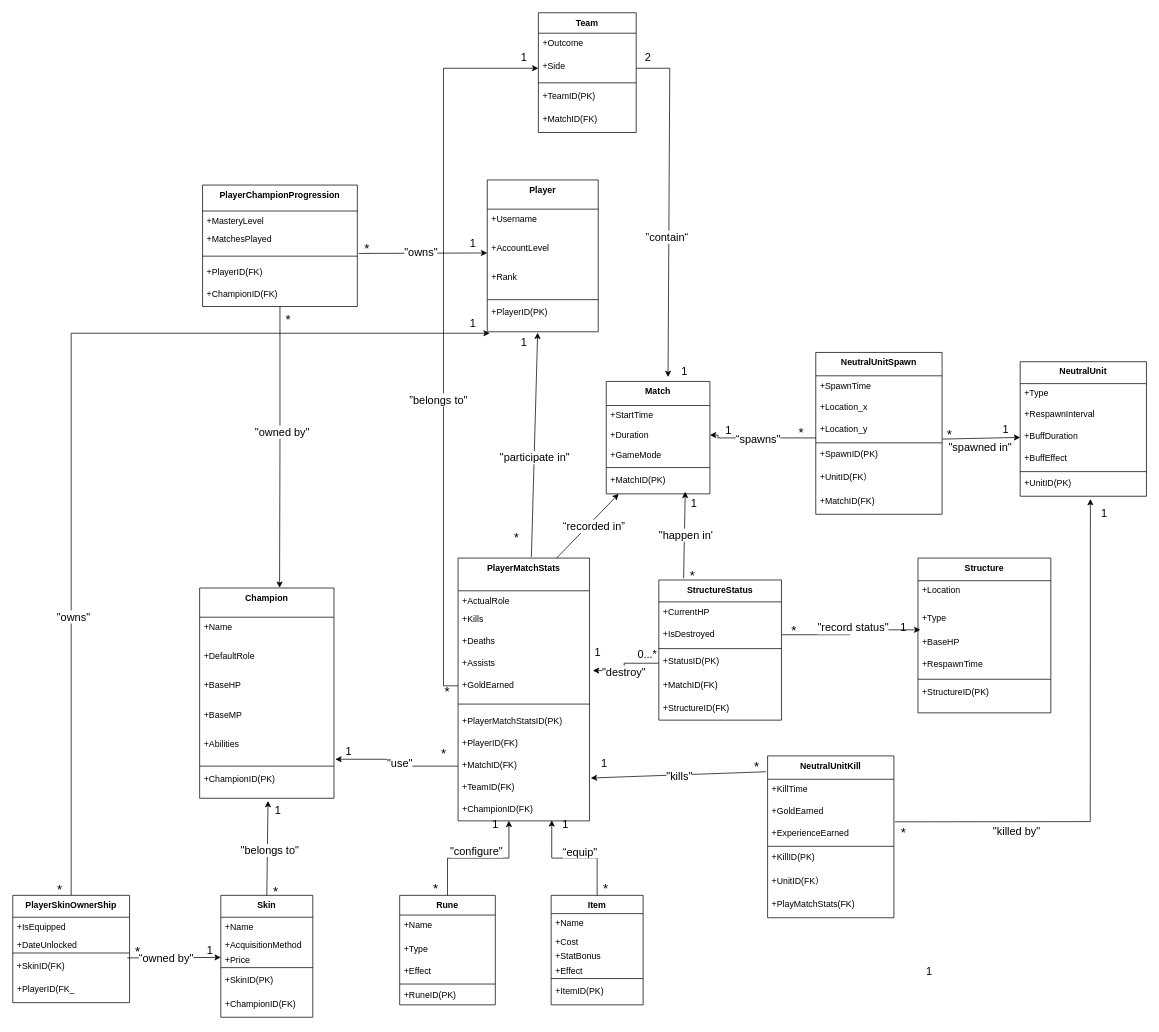
Above: 测试1.drawio in mushroomAAA/draw.io (draw.io), before the change. Source tidied: cells renumbered, new cells numbered last; positions are measured from the earlier drawing's top-left corner, leaving out a move shared by most shapes. Both pictures are drawn from the tidied source at 73%, with x=0, y=0 at pixel (12, 12).
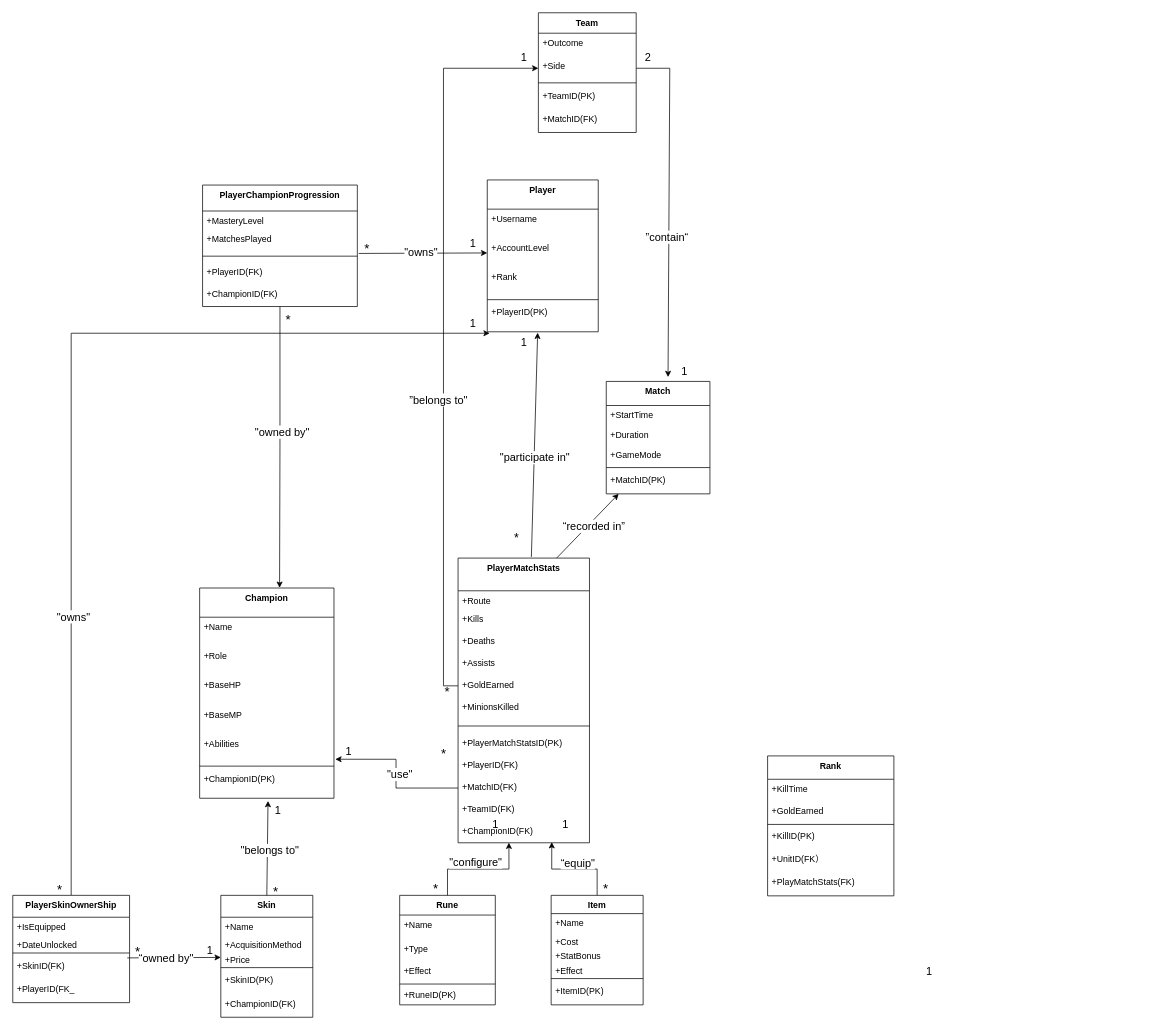
The same diagram, later.

The change refers to these unchanged cells:
```xml
<mxCell id="28" value="Champion" style="swimlane;fontStyle=1;align=center;verticalAlign=top;horizontal=1;startSize=40;" parent="1" vertex="1">
  <mxGeometry x="256" y="788" width="184" height="288" as="geometry" />
</mxCell>
<mxCell id="38" value="+Duration" style="text;strokeColor=none;fillColor=none;align=left;verticalAlign=top;spacingLeft=4;spacingRight=4;overflow=hidden;points=[[0,0.5],[1,0.5]];portConstraint=eastwest;" parent="36" vertex="1">
  <mxGeometry y="60" width="142" height="27" as="geometry" />
</mxCell>
<mxCell id="41" value="+MatchID(PK)" style="text;strokeColor=none;fillColor=none;align=left;verticalAlign=top;spacingLeft=4;spacingRight=4;overflow=hidden;points=[[0,0.5],[1,0.5]];portConstraint=eastwest;" parent="36" vertex="1">
  <mxGeometry y="122" width="142" height="32" as="geometry" />
</mxCell>
<mxCell id="66" value="+GoldEarned" style="text;strokeColor=none;fillColor=none;align=left;verticalAlign=top;spacingLeft=4;spacingRight=4;overflow=hidden;points=[[0,0.5],[1,0.5]];portConstraint=eastwest;" parent="61" vertex="1">
  <mxGeometry y="160" width="180" height="30" as="geometry" />
</mxCell>
<mxCell id="135" value="+KillTime" style="text;strokeColor=none;fillColor=none;align=left;verticalAlign=top;spacingLeft=4;spacingRight=4;overflow=hidden;points=[[0,0.5],[1,0.5]];portConstraint=eastwest;" parent="134" vertex="1">
  <mxGeometry y="32" width="173" height="30" as="geometry" />
</mxCell>
```

What changed in the source:
```diff
@@
-    <mxCell id="2" value="Structure" style="swimlane;fontStyle=1;align=center;verticalAlign=top;horizontal=1;startSize=31;" parent="1" vertex="1">
-      <mxGeometry x="1240" y="747" width="182" height="212" as="geometry" />
-    </mxCell>
-    <mxCell id="3" value="+Location" style="text;strokeColor=none;fillColor=none;align=left;verticalAlign=top;spacingLeft=4;spacingRight=4;overflow=hidden;" parent="2" vertex="1">
-      <mxGeometry y="31" width="182" height="38" as="geometry" />
-    </mxCell>
-    <mxCell id="4" value="+Type" style="text;strokeColor=none;fillColor=none;align=left;verticalAlign=top;spacingLeft=4;spacingRight=4;overflow=hidden;" parent="2" vertex="1">
-      <mxGeometry y="69" width="182" height="33" as="geometry" />
-    </mxCell>
-    <mxCell id="5" value="+BaseHP" style="text;strokeColor=none;fillColor=none;align=left;verticalAlign=top;spacingLeft=4;spacingRight=4;overflow=hidden;points=[[0,0.5],[1,0.5]];portConstraint=eastwest;" parent="2" vertex="1">
-      <mxGeometry y="102" width="182" height="30" as="geometry" />
-    </mxCell>
-    <mxCell id="6" value="+RespawnTime" style="text;strokeColor=none;fillColor=none;align=left;verticalAlign=top;spacingLeft=4;spacingRight=4;overflow=hidden;" parent="2" vertex="1">
-      <mxGeometry y="132" width="182" height="30" as="geometry" />
-    </mxCell>
-    <mxCell id="7" style="line;strokeWidth=1;fillColor=none;align=left;verticalAlign=middle;spacingTop=-1;spacingLeft=3;spacingRight=3;labelPosition=right;strokeColor=inherit;" parent="2" vertex="1">
-      <mxGeometry y="162" width="182" height="8" as="geometry" />
-    </mxCell>
-    <mxCell id="8" value="+StructureID(PK)" style="text;strokeColor=none;fillColor=none;align=left;verticalAlign=top;spacingLeft=4;spacingRight=4;overflow=hidden;" parent="2" vertex="1">
-      <mxGeometry y="170" width="182" height="42" as="geometry" />
-    </mxCell>
-    <mxCell id="9" value="NeutralUnit" style="swimlane;fontStyle=1;align=center;verticalAlign=top;horizontal=1;startSize=30;" parent="1" vertex="1">
-      <mxGeometry x="1380" y="478" width="173" height="184.3" as="geometry" />
-    </mxCell>
-    <mxCell id="10" value="+Type" style="text;strokeColor=none;fillColor=none;align=left;verticalAlign=top;spacingLeft=4;spacingRight=4;overflow=hidden;" parent="9" vertex="1">
-      <mxGeometry y="30" width="173" height="28.7" as="geometry" />
-    </mxCell>
-    <mxCell id="11" value="+RespawnInterval" style="text;strokeColor=none;fillColor=none;align=left;verticalAlign=top;spacingLeft=4;spacingRight=4;overflow=hidden;" parent="9" vertex="1">
-      <mxGeometry y="58.7" width="173" height="30" as="geometry" />
-    </mxCell>
-    <mxCell id="12" value="+BuffDuration" style="text;strokeColor=none;fillColor=none;align=left;verticalAlign=top;spacingLeft=4;spacingRight=4;overflow=hidden;points=[[0,0.5],[1,0.5]];portConstraint=eastwest;" parent="9" vertex="1">
-      <mxGeometry y="88.7" width="173" height="30" as="geometry" />
-    </mxCell>
-    <mxCell id="13" value="+BuffEffect" style="text;strokeColor=none;fillColor=none;align=left;verticalAlign=top;spacingLeft=4;spacingRight=4;overflow=hidden;" parent="9" vertex="1">
-      <mxGeometry y="118.7" width="173" height="30" as="geometry" />
-    </mxCell>
-    <mxCell id="14" style="line;strokeWidth=1;fillColor=none;align=left;verticalAlign=middle;spacingTop=-1;spacingLeft=3;spacingRight=3;labelPosition=right;strokeColor=inherit;" parent="9" vertex="1">
-      <mxGeometry y="148.7" width="173" height="3.7" as="geometry" />
-    </mxCell>
-    <mxCell id="15" value="+UnitID(PK)" style="text;strokeColor=none;fillColor=none;align=left;verticalAlign=top;spacingLeft=4;spacingRight=4;overflow=hidden;points=[[0,0.5],[1,0.5]];portConstraint=eastwest;" parent="9" vertex="1">
-      <mxGeometry y="152.3" width="173" height="32" as="geometry" />
-    </mxCell>
@@
-    <mxCell id="30" value="+DefaultRole" style="text;strokeColor=none;fillColor=none;align=left;verticalAlign=top;spacingLeft=4;spacingRight=4;overflow=hidden;" parent="28" vertex="1">
+    <mxCell id="30" value="+Role" style="text;strokeColor=none;fillColor=none;align=left;verticalAlign=top;spacingLeft=4;spacingRight=4;overflow=hidden;" parent="28" vertex="1">
       <mxGeometry y="80" width="184" height="40" as="geometry" />
     </mxCell>
@@
     <mxCell id="61" value="PlayerMatchStats" style="swimlane;fontStyle=1;align=center;verticalAlign=top;horizontal=1;startSize=44.8;" parent="1" vertex="1">
-      <mxGeometry x="610" y="747" width="180" height="360" as="geometry" />
+      <mxGeometry x="610" y="747" width="180" height="390" as="geometry" />
     </mxCell>
-    <mxCell id="62" value="+ActualRole" style="text;strokeColor=none;fillColor=none;align=left;verticalAlign=top;spacingLeft=4;spacingRight=4;overflow=hidden;" parent="61" vertex="1">
+    <mxCell id="62" value="+Route" style="text;strokeColor=none;fillColor=none;align=left;verticalAlign=top;spacingLeft=4;spacingRight=4;overflow=hidden;" parent="61" vertex="1">
       <mxGeometry y="44.8" width="180" height="25.2" as="geometry" />
     </mxCell>
@@
+    <mxCell id="183" value="+MinionsKilled" style="text;strokeColor=none;fillColor=none;align=left;verticalAlign=top;spacingLeft=4;spacingRight=4;overflow=hidden;" parent="61" vertex="1">
+      <mxGeometry y="190" width="180" height="30" as="geometry" />
+    </mxCell>
     <mxCell id="67" style="line;strokeWidth=1;fillColor=none;align=left;verticalAlign=middle;spacingTop=-1;spacingLeft=3;spacingRight=3;labelPosition=right;strokeColor=inherit;" parent="61" vertex="1">
-      <mxGeometry y="190" width="180" height="20" as="geometry" />
+      <mxGeometry y="220" width="180" height="20" as="geometry" />
     </mxCell>
     <mxCell id="68" value="+PlayerMatchStatsID(PK)" style="text;strokeColor=none;fillColor=none;align=left;verticalAlign=top;spacingLeft=4;spacingRight=4;overflow=hidden;" parent="61" vertex="1">
-      <mxGeometry y="210" width="180" height="30" as="geometry" />
+      <mxGeometry y="240" width="180" height="30" as="geometry" />
     </mxCell>
     <mxCell id="69" value="+PlayerID(FK)" style="text;strokeColor=none;fillColor=none;align=left;verticalAlign=top;spacingLeft=4;spacingRight=4;overflow=hidden;" parent="61" vertex="1">
-      <mxGeometry y="240" width="180" height="30" as="geometry" />
+      <mxGeometry y="270" width="180" height="30" as="geometry" />
     </mxCell>
     <mxCell id="70" value="+MatchID(FK)" style="text;strokeColor=none;fillColor=none;align=left;verticalAlign=top;spacingLeft=4;spacingRight=4;overflow=hidden;points=[[0,0.5],[1,0.5]];portConstraint=eastwest;" parent="61" vertex="1">
-      <mxGeometry y="270" width="180" height="30" as="geometry" />
+      <mxGeometry y="300" width="180" height="30" as="geometry" />
     </mxCell>
     <mxCell id="71" value="+TeamID(FK)" style="text;strokeColor=none;fillColor=none;align=left;verticalAlign=top;spacingLeft=4;spacingRight=4;overflow=hidden;points=[[0,0.5],[1,0.5]];portConstraint=eastwest;" parent="61" vertex="1">
-      <mxGeometry y="300" width="180" height="30" as="geometry" />
+      <mxGeometry y="330" width="180" height="30" as="geometry" />
     </mxCell>
     <mxCell id="72" value="+ChampionID(FK)" style="text;strokeColor=none;fillColor=none;align=left;verticalAlign=top;spacingLeft=4;spacingRight=4;overflow=hidden;points=[[0,0.5],[1,0.5]];portConstraint=eastwest;" parent="61" vertex="1">
-      <mxGeometry y="330" width="180" height="30" as="geometry" />
+      <mxGeometry y="360" width="180" height="30" as="geometry" />
     </mxCell>
@@
-    <mxCell id="77" value="StructureStatus" style="swimlane;fontStyle=1;align=center;verticalAlign=top;horizontal=1;startSize=30;" parent="1" vertex="1">
-      <mxGeometry x="885" y="777" width="168" height="192" as="geometry" />
-    </mxCell>
-    <mxCell id="78" value="+CurrentHP" style="text;strokeColor=none;fillColor=none;align=left;verticalAlign=top;spacingLeft=4;spacingRight=4;overflow=hidden;" parent="77" vertex="1">
-      <mxGeometry y="30" width="168" height="30" as="geometry" />
-    </mxCell>
-    <mxCell id="79" value="+IsDestroyed" style="text;strokeColor=none;fillColor=none;align=left;verticalAlign=top;spacingLeft=4;spacingRight=4;overflow=hidden;points=[[0,0.5],[1,0.5]];portConstraint=eastwest;" parent="77" vertex="1">
-      <mxGeometry y="60" width="168" height="30" as="geometry" />
-    </mxCell>
-    <mxCell id="80" style="line;strokeWidth=1;fillColor=none;align=left;verticalAlign=middle;spacingTop=-1;spacingLeft=3;spacingRight=3;labelPosition=right;strokeColor=inherit;" parent="77" vertex="1">
-      <mxGeometry y="90" width="168" height="8" as="geometry" />
-    </mxCell>
-    <mxCell id="81" value="+StatusID(PK)" style="text;strokeColor=none;fillColor=none;align=left;verticalAlign=top;spacingLeft=4;spacingRight=4;overflow=hidden;points=[[0,0.5],[1,0.5]];portConstraint=eastwest;" parent="77" vertex="1">
-      <mxGeometry y="98" width="168" height="32" as="geometry" />
-    </mxCell>
-    <mxCell id="82" value="+MatchID(FK)" style="text;strokeColor=none;fillColor=none;align=left;verticalAlign=top;spacingLeft=4;spacingRight=4;overflow=hidden;" parent="77" vertex="1">
-      <mxGeometry y="130" width="168" height="32" as="geometry" />
-    </mxCell>
-    <mxCell id="83" value="+StructureID(FK)" style="text;strokeColor=none;fillColor=none;align=left;verticalAlign=top;spacingLeft=4;spacingRight=4;overflow=hidden;" parent="77" vertex="1">
-      <mxGeometry y="162" width="168" height="30" as="geometry" />
-    </mxCell>
@@
-    <mxCell id="114" style="edgeStyle=orthogonalEdgeStyle;rounded=0;jettySize=auto;html=1;exitX=1;exitY=0.5;exitDx=0;exitDy=0;entryX=0.018;entryY=-0.124;entryDx=0;entryDy=0;entryPerimeter=0;" parent="1" edge="1" source="79" target="5">
-      <mxGeometry relative="1" as="geometry" />
-    </mxCell>
-    <mxCell id="115" value="&quot;record status&quot;" style="edgeLabel;html=1;align=center;verticalAlign=middle;fontSize=15;" parent="114" vertex="1">
-      <mxGeometry x="0.07" y="4" relative="1" as="geometry">
-        <mxPoint x="-1" as="offset" />
-      </mxGeometry>
-    </mxCell>
-    <mxCell id="116" value="1" style="text;html=1;align=center;verticalAlign=middle;strokeColor=none;fillColor=none;fontSize=15;" parent="1" vertex="1">
-      <mxGeometry x="1205" y="826" width="30" height="30" as="geometry" />
-    </mxCell>
-    <mxCell id="117" value="*" style="text;html=1;align=center;verticalAlign=middle;strokeColor=none;fillColor=none;fontSize=18;" parent="1" vertex="1">
-      <mxGeometry x="1055" y="827" width="30" height="40" as="geometry" />
-    </mxCell>
-    <mxCell id="118" style="endArrow=classic;html=1;rounded=0;entryX=0.762;entryY=0.911;entryDx=0;entryDy=0;entryPerimeter=0;exitX=0.202;exitY=-0.012;exitDx=0;exitDy=0;exitPerimeter=0;" parent="1" edge="1" source="77" target="41">
-      <mxGeometry relative="1" as="geometry" />
-    </mxCell>
-    <mxCell id="119" value="&quot;happen in'" style="edgeLabel;html=1;align=center;verticalAlign=middle;fontSize=15;" parent="118" vertex="1">
-      <mxGeometry x="0.01" y="-1" relative="1" as="geometry" />
-    </mxCell>
-    <mxCell id="120" value="1" style="text;html=1;align=center;verticalAlign=middle;strokeColor=none;fillColor=none;fontSize=15;" parent="1" vertex="1">
-      <mxGeometry x="918" y="657" width="30" height="30" as="geometry" />
-    </mxCell>
-    <mxCell id="121" value="*" style="text;html=1;align=center;verticalAlign=middle;strokeColor=none;fillColor=none;fontSize=18;" parent="1" vertex="1">
-      <mxGeometry x="916" y="751" width="30" height="40" as="geometry" />
-    </mxCell>
-    <mxCell id="122" style="edgeStyle=orthogonalEdgeStyle;rounded=0;jettySize=auto;html=1;entryX=1.026;entryY=-0.195;entryDx=0;entryDy=0;entryPerimeter=0;" parent="1" edge="1" source="81" target="66">
-      <mxGeometry relative="1" as="geometry" />
-    </mxCell>
-    <mxCell id="123" value="&quot;destroy&quot;" style="edgeLabel;html=1;align=center;verticalAlign=middle;fontSize=15;" parent="122" vertex="1">
-      <mxGeometry x="-0.06" y="2" relative="1" as="geometry">
-        <mxPoint x="-2" y="9" as="offset" />
-      </mxGeometry>
-    </mxCell>
-    <mxCell id="124" value="1" style="text;html=1;align=center;verticalAlign=middle;strokeColor=none;fillColor=none;fontSize=15;" parent="1" vertex="1">
-      <mxGeometry x="786" y="860" width="30" height="30" as="geometry" />
-    </mxCell>
-    <mxCell id="125" value="0...*" style="text;html=1;align=center;verticalAlign=middle;strokeColor=none;fillColor=none;fontSize=15;" parent="1" vertex="1">
-      <mxGeometry x="844" y="864" width="50" height="30" as="geometry" />
-    </mxCell>
-    <mxCell id="126" value="NeutralUnitSpawn" style="swimlane;fontStyle=1;align=center;verticalAlign=top;horizontal=1;startSize=32;" parent="1" vertex="1">
-      <mxGeometry x="1100" y="465.3" width="173" height="221.7" as="geometry" />
-    </mxCell>
-    <mxCell id="127" value="+SpawnTime" style="text;strokeColor=none;fillColor=none;align=left;verticalAlign=top;spacingLeft=4;spacingRight=4;overflow=hidden;" parent="126" vertex="1">
-      <mxGeometry y="32" width="173" height="30" as="geometry" />
-    </mxCell>
-    <mxCell id="128" value="+Location_x" style="text;strokeColor=none;fillColor=none;align=left;verticalAlign=top;spacingLeft=4;spacingRight=4;overflow=hidden;" parent="126" vertex="1">
-      <mxGeometry y="62" width="173" height="30" as="geometry" />
-    </mxCell>
-    <mxCell id="129" value="+Location_y" style="text;strokeColor=none;fillColor=none;align=left;verticalAlign=top;spacingLeft=4;spacingRight=4;overflow=hidden;" parent="126" vertex="1">
-      <mxGeometry y="92" width="173" height="30" as="geometry" />
-    </mxCell>
-    <mxCell id="130" style="line;strokeWidth=1;fillColor=none;align=left;verticalAlign=middle;spacingTop=-1;spacingLeft=3;spacingRight=3;labelPosition=right;strokeColor=inherit;" parent="126" vertex="1">
-      <mxGeometry y="122" width="173" height="3.7" as="geometry" />
-    </mxCell>
-    <mxCell id="131" value="+SpawnID(PK)" style="text;strokeColor=none;fillColor=none;align=left;verticalAlign=top;spacingLeft=4;spacingRight=4;overflow=hidden;points=[[0,0.5],[1,0.5]];portConstraint=eastwest;" parent="126" vertex="1">
-      <mxGeometry y="125.7" width="173" height="32" as="geometry" />
-    </mxCell>
-    <mxCell id="132" value="+UnitID(FK）" style="text;strokeColor=none;fillColor=none;align=left;verticalAlign=top;spacingLeft=4;spacingRight=4;overflow=hidden;" parent="126" vertex="1">
-      <mxGeometry y="157.7" width="173" height="32" as="geometry" />
-    </mxCell>
-    <mxCell id="133" value="+MatchID(FK)" style="text;strokeColor=none;fillColor=none;align=left;verticalAlign=top;spacingLeft=4;spacingRight=4;overflow=hidden;" parent="126" vertex="1">
-      <mxGeometry y="189.7" width="173" height="32" as="geometry" />
-    </mxCell>
-    <mxCell id="134" value="NeutralUnitKill" style="swimlane;fontStyle=1;align=center;verticalAlign=top;horizontal=1;startSize=32;" parent="1" vertex="1">
-      <mxGeometry x="1034" y="1018" width="173" height="221.7" as="geometry" />
+    <mxCell id="134" value="Rank" style="swimlane;fontStyle=1;align=center;verticalAlign=top;horizontal=1;startSize=32;" parent="1" vertex="1">
+      <mxGeometry x="1034" y="1018" width="173" height="191.7" as="geometry" />
     </mxCell>
@@
-    <mxCell id="137" value="+ExperienceEarned" style="text;strokeColor=none;fillColor=none;align=left;verticalAlign=top;spacingLeft=4;spacingRight=4;overflow=hidden;points=[[0,0.5],[1,0.5]];portConstraint=eastwest;" parent="134" vertex="1">
-      <mxGeometry y="92" width="173" height="30" as="geometry" />
-    </mxCell>
     <mxCell id="138" style="line;strokeWidth=1;fillColor=none;align=left;verticalAlign=middle;spacingTop=-1;spacingLeft=3;spacingRight=3;labelPosition=right;strokeColor=inherit;" parent="134" vertex="1">
-      <mxGeometry y="122" width="173" height="3.7" as="geometry" />
+      <mxGeometry y="92" width="173" height="3.7" as="geometry" />
     </mxCell>
     <mxCell id="139" value="+KillID(PK)" style="text;strokeColor=none;fillColor=none;align=left;verticalAlign=top;spacingLeft=4;spacingRight=4;overflow=hidden;" parent="134" vertex="1">
-      <mxGeometry y="125.7" width="173" height="32" as="geometry" />
+      <mxGeometry y="95.7" width="173" height="32" as="geometry" />
     </mxCell>
     <mxCell id="140" value="+UnitID(FK）" style="text;strokeColor=none;fillColor=none;align=left;verticalAlign=top;spacingLeft=4;spacingRight=4;overflow=hidden;" parent="134" vertex="1">
-      <mxGeometry y="157.7" width="173" height="32" as="geometry" />
+      <mxGeometry y="127.7" width="173" height="32" as="geometry" />
     </mxCell>
     <mxCell id="141" value="+PlayMatchStats(FK)" style="text;strokeColor=none;fillColor=none;align=left;verticalAlign=top;spacingLeft=4;spacingRight=4;overflow=hidden;" parent="134" vertex="1">
-      <mxGeometry y="189.7" width="173" height="32" as="geometry" />
+      <mxGeometry y="159.7" width="173" height="32" as="geometry" />
     </mxCell>
-    <mxCell id="142" style="edgeStyle=orthogonalEdgeStyle;rounded=0;jettySize=auto;html=1;entryX=1;entryY=0.5;entryDx=0;entryDy=0;" parent="1" edge="1" target="38">
-      <mxGeometry relative="1" as="geometry">
-        <mxPoint x="1100.6" y="582.4" as="sourcePoint" />
-        <Array as="points">
-          <mxPoint x="966" y="582" />
-          <mxPoint x="966" y="578" />
-        </Array>
-      </mxGeometry>
-    </mxCell>
-    <mxCell id="143" value="“spawns&quot;" style="edgeLabel;html=1;align=center;verticalAlign=middle;fontSize=15;" parent="142" vertex="1">
-      <mxGeometry x="0.07" y="4" relative="1" as="geometry">
-        <mxPoint y="-3" as="offset" />
-      </mxGeometry>
-    </mxCell>
-    <mxCell id="144" style="endArrow=classic;html=1;rounded=0;entryX=0;entryY=0.5;entryDx=0;entryDy=0;exitX=1.002;exitY=-0.219;exitDx=0;exitDy=0;exitPerimeter=0;" parent="1" edge="1" source="131" target="12">
-      <mxGeometry relative="1" as="geometry" />
-    </mxCell>
-    <mxCell id="145" value="&quot;spawned in&quot;" style="edgeLabel;html=1;align=center;verticalAlign=middle;fontSize=15;" parent="144" vertex="1">
-      <mxGeometry x="-0.04" y="-5" relative="1" as="geometry">
-        <mxPoint y="7" as="offset" />
-      </mxGeometry>
-    </mxCell>
-    <mxCell id="146" value="1" style="text;html=1;align=center;verticalAlign=middle;strokeColor=none;fillColor=none;fontSize=15;" parent="1" vertex="1">
-      <mxGeometry x="965" y="556" width="30" height="30" as="geometry" />
-    </mxCell>
-    <mxCell id="147" value="*" style="text;html=1;align=center;verticalAlign=middle;strokeColor=none;fillColor=none;fontSize=18;" parent="1" vertex="1">
-      <mxGeometry x="1065" y="556" width="30" height="40" as="geometry" />
-    </mxCell>
-    <mxCell id="148" value="1" style="text;html=1;align=center;verticalAlign=middle;strokeColor=none;fillColor=none;fontSize=15;" parent="1" vertex="1">
-      <mxGeometry x="1345" y="555" width="30" height="30" as="geometry" />
-    </mxCell>
-    <mxCell id="149" value="*" style="text;html=1;align=center;verticalAlign=middle;strokeColor=none;fillColor=none;fontSize=18;" parent="1" vertex="1">
-      <mxGeometry x="1268" y="558" width="30" height="40" as="geometry" />
-    </mxCell>
-    <mxCell id="150" style="endArrow=classic;html=1;rounded=0;entryX=1.01;entryY=0.043;entryDx=0;entryDy=0;entryPerimeter=0;exitX=-0.012;exitY=-0.343;exitDx=0;exitDy=0;exitPerimeter=0;" parent="1" edge="1" source="135" target="71">
-      <mxGeometry relative="1" as="geometry" />
-    </mxCell>
-    <mxCell id="151" value="&quot;kills&quot;" style="edgeLabel;html=1;align=center;verticalAlign=middle;fontSize=15;" parent="150" vertex="1">
-      <mxGeometry y="1" relative="1" as="geometry" />
-    </mxCell>
-    <mxCell id="152" style="endArrow=classic;html=1;rounded=0;entryX=0.556;entryY=1.119;entryDx=0;entryDy=0;entryPerimeter=0;exitX=1.007;exitY=-0.057;exitDx=0;exitDy=0;exitPerimeter=0;" parent="1" edge="1" source="137" target="15">
-      <mxGeometry relative="1" as="geometry">
-        <Array as="points">
-          <mxPoint x="1476" y="1108" />
-        </Array>
-      </mxGeometry>
-    </mxCell>
-    <mxCell id="153" value="&quot;killed by&quot;" style="edgeLabel;html=1;align=center;verticalAlign=middle;fontSize=15;" parent="152" vertex="1">
-      <mxGeometry x="-0.53" y="-12" relative="1" as="geometry">
-        <mxPoint x="-1" as="offset" />
-      </mxGeometry>
-    </mxCell>
-    <mxCell id="154" value="1" style="text;html=1;align=center;verticalAlign=middle;strokeColor=none;fillColor=none;fontSize=15;" parent="1" vertex="1">
-      <mxGeometry x="795" y="1012" width="30" height="30" as="geometry" />
-    </mxCell>
-    <mxCell id="155" value="*" style="text;html=1;align=center;verticalAlign=middle;strokeColor=none;fillColor=none;fontSize=18;" parent="1" vertex="1">
-      <mxGeometry x="1004" y="1013" width="30" height="40" as="geometry" />
-    </mxCell>
-    <mxCell id="156" value="1" style="text;html=1;align=center;verticalAlign=middle;strokeColor=none;fillColor=none;fontSize=15;" parent="1" vertex="1">
-      <mxGeometry x="1480" y="670" width="30" height="30" as="geometry" />
-    </mxCell>
-    <mxCell id="157" value="*" style="text;html=1;align=center;verticalAlign=middle;strokeColor=none;fillColor=none;fontSize=18;" parent="1" vertex="1">
-      <mxGeometry x="1205" y="1104" width="30" height="40" as="geometry" />
-    </mxCell>
```
